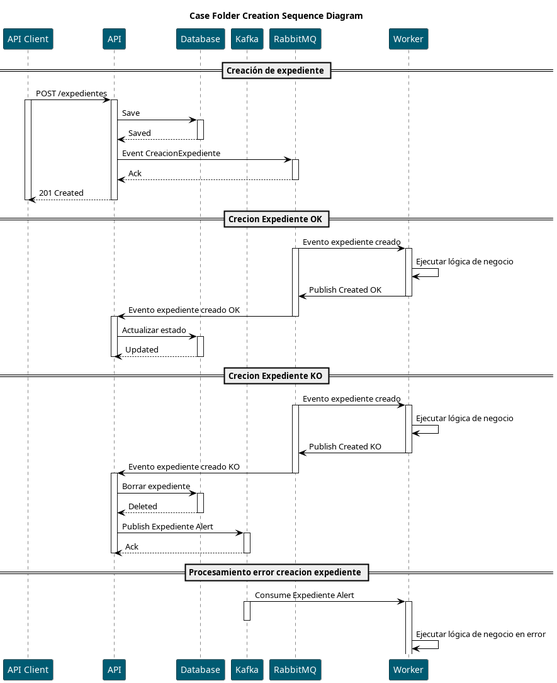
Before: images/sequence-diagram.png, a diagram exported from PlantUML (labcabrera/sample-jakarta-basic-saga). The source it was exported from:
```plantuml
@startuml Case Folder Creation Sequence Diagram
title Case Folder Creation Sequence Diagram

skinparam ParticipantBackgroundColor #005b72
skinparam ParticipantFontColor #ffffff
skinparam ArrowColor #000000

participant "API Client" as Client
participant "API" as API
participant "Database" as DB
participant "Kafka" as Kafka
participant "RabbitMQ" as Rabbit
participant "Worker" as Worker

== Creación de expediente ==

Client -> API: POST /expedientes
activate Client
activate API
API -> DB: Save
activate DB
DB --> API: Saved
deactivate DB
API -> Rabbit: Event CreacionExpediente
activate Rabbit
Rabbit --> API: Ack
deactivate Rabbit
API --> Client: 201 Created
deactivate API
deactivate Client

== Crecion Expediente OK ==

Rabbit -> Worker: Evento expediente creado
activate Rabbit
activate Worker
Worker -> Worker: Ejecutar lógica de negocio
Worker -> Rabbit: Publish Created OK
deactivate Worker

Rabbit -> API: Evento expediente creado OK
deactivate Rabbit
activate API
API -> DB: Actualizar estado
activate DB
DB --> API: Updated
deactivate DB
deactivate API

== Crecion Expediente KO ==

Rabbit -> Worker: Evento expediente creado
activate Rabbit
activate Worker
Worker -> Worker: Ejecutar lógica de negocio
Worker -> Rabbit: Publish Created KO
deactivate Worker

Rabbit -> API: Evento expediente creado KO
deactivate Rabbit
activate API
API -> DB: Borrar expediente
activate DB
DB --> API: Deleted
deactivate DB
API -> Kafka: Publish Expediente Alert
activate Kafka
Kafka --> API: Ack
deactivate Kafka
deactivate API

== Procesamiento error creacion expediente ==

Kafka -> Worker: Consume Expediente Alert
Activate Kafka
deactivate Kafka
activate Worker
Worker -> Worker: Ejecutar lógica de negocio en error

@enduml
```
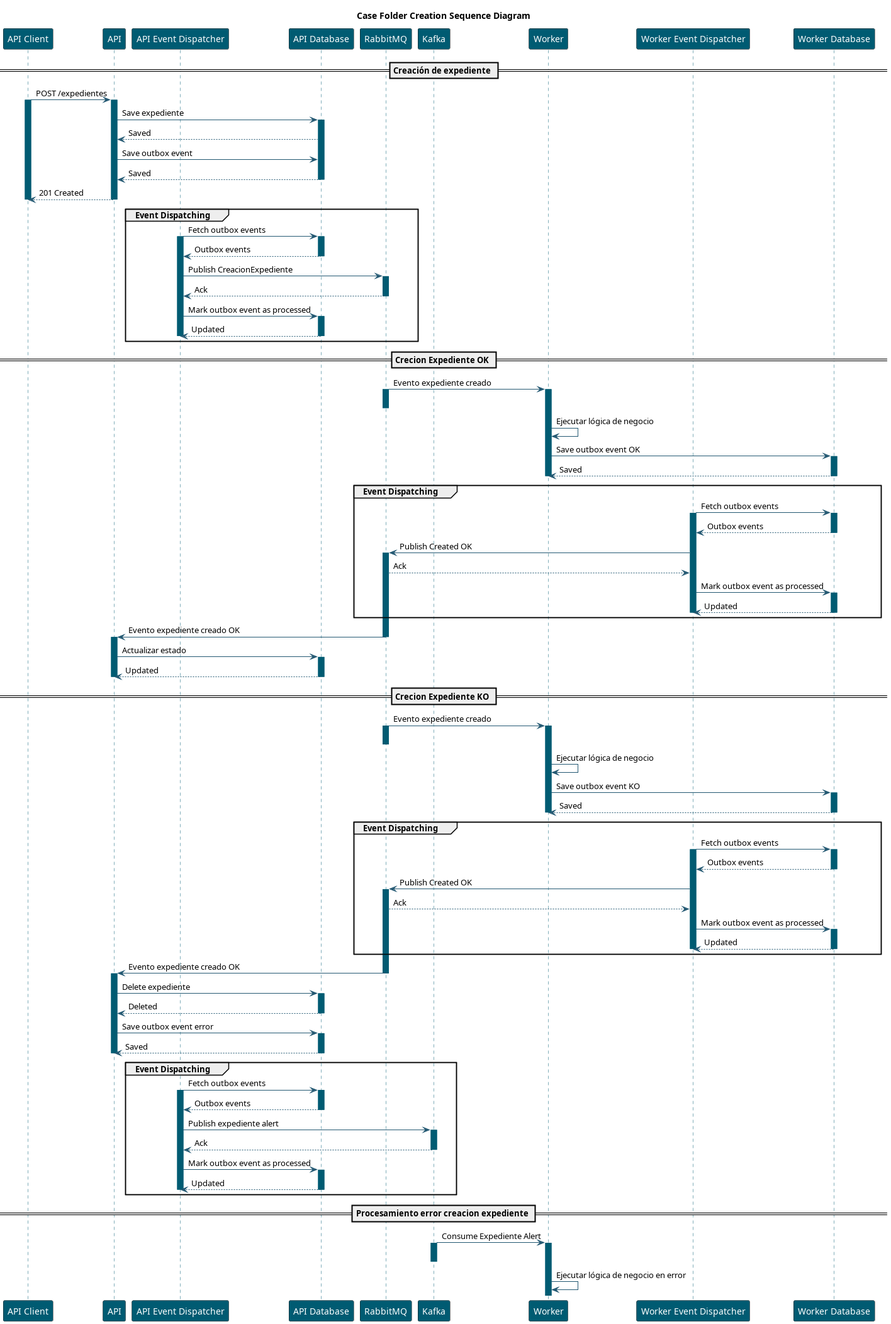
The same diagram one commit later.

The edit, as a diff of the source:
```diff
@@ -1,73 +1,153 @@
 @startuml Case Folder Creation Sequence Diagram
 title Case Folder Creation Sequence Diagram
 
-skinparam ParticipantBackgroundColor #005b72
-skinparam ParticipantFontColor #ffffff
-skinparam ArrowColor #000000
+skinparam sequence {
+    ParticipantBackgroundColor #005b72
+    ParticipantFontColor #ffffff
+    ArrowColor #235872
+    LifeLineBorderColor #005b72
+    LifeLineBackgroundColor #005b72
+}
 
 participant "API Client" as Client
 participant "API" as API
-participant "Database" as DB
+participant "API Event Dispatcher" as ApiEventDispatcher
+participant "API Database" as ApiDB
+participant "RabbitMQ" as Rabbit
 participant "Kafka" as Kafka
-participant "RabbitMQ" as Rabbit
 participant "Worker" as Worker
+participant "Worker Event Dispatcher" as WorkerEventDispatcher
+participant "Worker Database" as WorkerDB
 
 == Creación de expediente ==
 
 Client -> API: POST /expedientes
 activate Client
 activate API
-API -> DB: Save
-activate DB
-DB --> API: Saved
-deactivate DB
-API -> Rabbit: Event CreacionExpediente
-activate Rabbit
-Rabbit --> API: Ack
-deactivate Rabbit
+API -> ApiDB: Save expediente
+activate ApiDB
+ApiDB --> API: Saved
+API -> ApiDB: Save outbox event
+ApiDB --> API: Saved
+deactivate ApiDB
 API --> Client: 201 Created
 deactivate API
 deactivate Client
+
+group Event Dispatching
+    ApiEventDispatcher -> ApiDB: Fetch outbox events
+    activate ApiEventDispatcher
+    activate ApiDB
+    ApiDB --> ApiEventDispatcher: Outbox events
+    deactivate ApiDB
+    ApiEventDispatcher -> Rabbit: Publish CreacionExpediente
+    activate Rabbit
+    Rabbit --> ApiEventDispatcher: Ack
+    deactivate Rabbit
+    ApiEventDispatcher -> ApiDB: Mark outbox event as processed
+    activate ApiDB
+    ApiDB --> ApiEventDispatcher: Updated
+    deactivate ApiDB
+    deactivate ApiEventDispatcher
+end
 
 == Crecion Expediente OK ==
 
 Rabbit -> Worker: Evento expediente creado
 activate Rabbit
+deactivate Rabbit
 activate Worker
 Worker -> Worker: Ejecutar lógica de negocio
-Worker -> Rabbit: Publish Created OK
+Worker -> WorkerDB: Save outbox event OK
+activate WorkerDB
+WorkerDB --> Worker: Saved
+deactivate WorkerDB
 deactivate Worker
+
+group Event Dispatching
+    WorkerEventDispatcher -> WorkerDB: Fetch outbox events
+    activate WorkerEventDispatcher
+    activate WorkerDB
+    WorkerDB --> WorkerEventDispatcher: Outbox events
+    deactivate WorkerDB
+    WorkerEventDispatcher -> Rabbit: Publish Created OK
+    activate Rabbit
+    Rabbit --> WorkerEventDispatcher: Ack
+    WorkerEventDispatcher -> WorkerDB: Mark outbox event as processed
+    activate WorkerDB
+    WorkerDB --> WorkerEventDispatcher: Updated
+    deactivate WorkerEventDispatcher
+    deactivate WorkerDB
+end
 
 Rabbit -> API: Evento expediente creado OK
 deactivate Rabbit
 activate API
-API -> DB: Actualizar estado
-activate DB
-DB --> API: Updated
-deactivate DB
+API -> ApiDB: Actualizar estado
+activate ApiDB
+ApiDB --> API: Updated
+deactivate ApiDB
 deactivate API
 
 == Crecion Expediente KO ==
 
 Rabbit -> Worker: Evento expediente creado
 activate Rabbit
+deactivate Rabbit
 activate Worker
 Worker -> Worker: Ejecutar lógica de negocio
-Worker -> Rabbit: Publish Created KO
+Worker -> WorkerDB: Save outbox event KO
+activate WorkerDB
+WorkerDB --> Worker: Saved
+deactivate WorkerDB
 deactivate Worker
 
-Rabbit -> API: Evento expediente creado KO
+group Event Dispatching
+    WorkerEventDispatcher -> WorkerDB: Fetch outbox events
+    activate WorkerEventDispatcher
+    activate WorkerDB
+    WorkerDB --> WorkerEventDispatcher: Outbox events
+    deactivate WorkerDB
+    WorkerEventDispatcher -> Rabbit: Publish Created OK
+    activate Rabbit
+    Rabbit --> WorkerEventDispatcher: Ack
+    WorkerEventDispatcher -> WorkerDB: Mark outbox event as processed
+    activate WorkerDB
+    WorkerDB --> WorkerEventDispatcher: Updated
+    deactivate WorkerEventDispatcher
+    deactivate WorkerDB
+end
+
+Rabbit -> API: Evento expediente creado OK
 deactivate Rabbit
 activate API
-API -> DB: Borrar expediente
-activate DB
-DB --> API: Deleted
-deactivate DB
-API -> Kafka: Publish Expediente Alert
-activate Kafka
-Kafka --> API: Ack
-deactivate Kafka
+API -> ApiDB: Delete expediente
+activate ApiDB
+ApiDB --> API: Deleted
+deactivate ApiDB
+
+API -> ApiDB: Save outbox event error
+activate ApiDB
+ApiDB --> API: Saved
+deactivate ApiDB
 deactivate API
+
+group Event Dispatching
+    ApiEventDispatcher -> ApiDB: Fetch outbox events
+    activate ApiEventDispatcher
+    activate ApiDB
+    ApiDB --> ApiEventDispatcher: Outbox events
+    deactivate ApiDB
+    ApiEventDispatcher -> Kafka: Publish expediente alert
+    activate Kafka
+    Kafka --> ApiEventDispatcher: Ack
+    deactivate Kafka
+    ApiEventDispatcher -> ApiDB: Mark outbox event as processed
+    activate ApiDB
+    ApiDB --> ApiEventDispatcher: Updated
+    deactivate ApiDB
+    deactivate ApiEventDispatcher
+end
 
 == Procesamiento error creacion expediente ==
 
```
